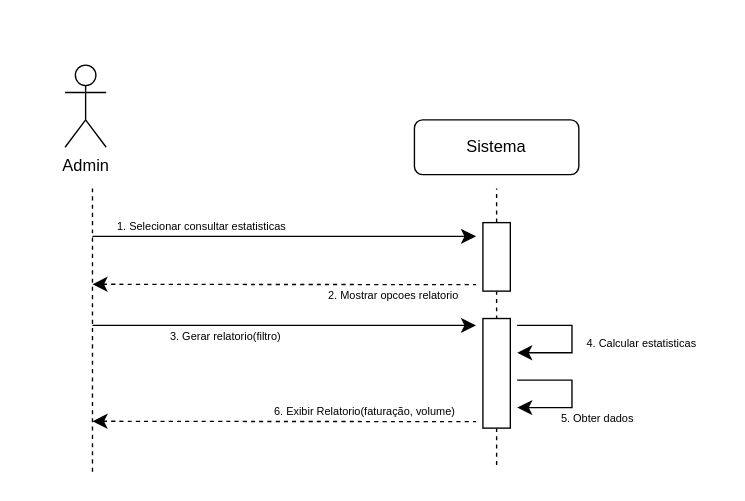
Before: Documentation/Iteration01/diagramas/uc02.drawio in compaqle/fsoft2026_1DB_3, a draw.io diagram. Source tidied: cells renumbered, new cells numbered last; positions are measured from the earlier drawing's top-left corner, leaving out a move shared by most shapes. Both pictures are drawn from the tidied source at 137%, with x=0, y=0 at pixel (64, 64).
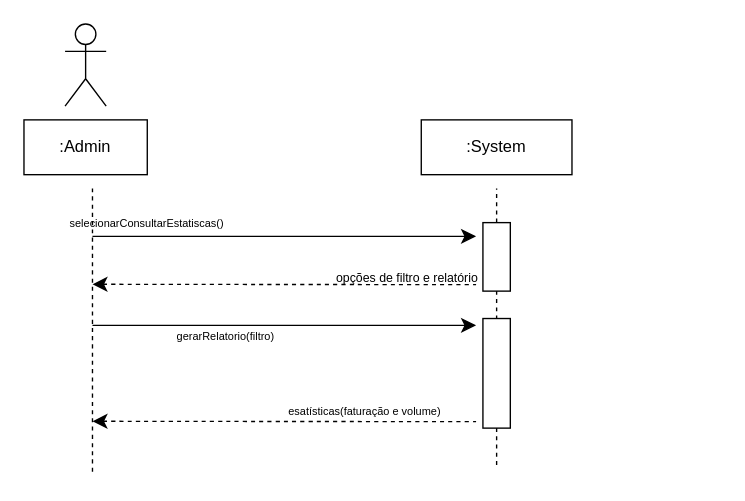
After the change.

Diff of the diagram source:
```diff
@@
-    <mxCell id="3" value="&lt;font style=&quot;font-size: 8px;&quot;&gt;1. Selecionar consultar estatisticas&lt;/font&gt;" style="text;html=1;whiteSpace=wrap;strokeColor=none;fillColor=none;align=center;verticalAlign=middle;rounded=0;fontSize=16;" parent="1" vertex="1">
-      <mxGeometry x="25" y="100" width="150" height="30" as="geometry" />
-    </mxCell>
@@
-    <mxCell id="5" value="&lt;font style=&quot;font-size: 8px;&quot;&gt;2. Mostrar opcoes relatorio&lt;/font&gt;" style="text;html=1;whiteSpace=wrap;strokeColor=none;fillColor=none;align=center;verticalAlign=middle;rounded=0;fontSize=16;" parent="1" vertex="1">
-      <mxGeometry x="190" y="150" width="100" height="30" as="geometry" />
-    </mxCell>
@@
-    <mxCell id="13" value="&lt;span style=&quot;font-size: 8px;&quot;&gt;3. Gerar relatorio(filtro)&lt;/span&gt;" style="text;html=1;whiteSpace=wrap;strokeColor=none;fillColor=none;align=center;verticalAlign=middle;rounded=0;fontSize=16;" parent="1" vertex="1">
+    <mxCell id="13" value="&lt;span style=&quot;font-size: 8px;&quot;&gt;gerarRelatorio(filtro)&lt;/span&gt;" style="text;html=1;whiteSpace=wrap;strokeColor=none;fillColor=none;align=center;verticalAlign=middle;rounded=0;fontSize=16;" parent="1" vertex="1">
       <mxGeometry x="25" y="180" width="185" height="30" as="geometry" />
     </mxCell>
-    <mxCell id="14" style="edgeStyle=segmentEdgeStyle;endArrow=classic;html=1;curved=0;rounded=0;endSize=8;startSize=8;sourcePerimeterSpacing=0;targetPerimeterSpacing=0;fontSize=12;" parent="1" edge="1">
-      <mxGeometry relative="1" as="geometry">
-        <mxPoint x="330" y="190" as="sourcePoint" />
-        <mxPoint x="330" y="210" as="targetPoint" />
-        <Array as="points">
-          <mxPoint x="370" y="190" />
-          <mxPoint x="370" y="210" />
-          <mxPoint x="350" y="210" />
-        </Array>
-      </mxGeometry>
-    </mxCell>
-    <mxCell id="15" value="&lt;font style=&quot;font-size: 8px;&quot;&gt;&amp;nbsp;4. Calcular estatisticas&lt;/font&gt;" style="text;html=1;whiteSpace=wrap;strokeColor=none;fillColor=none;align=center;verticalAlign=middle;rounded=0;fontSize=16;" parent="1" vertex="1">
-      <mxGeometry x="360" y="185" width="120" height="30" as="geometry" />
-    </mxCell>
-    <mxCell id="16" style="edgeStyle=segmentEdgeStyle;endArrow=classic;html=1;curved=0;rounded=0;endSize=8;startSize=8;sourcePerimeterSpacing=0;targetPerimeterSpacing=0;fontSize=12;" parent="1" edge="1">
-      <mxGeometry relative="1" as="geometry">
-        <mxPoint x="330" y="230" as="sourcePoint" />
-        <mxPoint x="330" y="250" as="targetPoint" />
-        <Array as="points">
-          <mxPoint x="370" y="230" />
-          <mxPoint x="370" y="250" />
-          <mxPoint x="350" y="250" />
-        </Array>
-      </mxGeometry>
-    </mxCell>
-    <mxCell id="17" value="&lt;font style=&quot;font-size: 8px;&quot;&gt;5. Obter dados&amp;nbsp;&lt;/font&gt;" style="text;html=1;whiteSpace=wrap;strokeColor=none;fillColor=none;align=center;verticalAlign=middle;rounded=0;fontSize=16;" parent="1" vertex="1">
-      <mxGeometry x="350" y="240" width="80" height="30" as="geometry" />
-    </mxCell>
@@
-    <mxCell id="19" value="&lt;font style=&quot;font-size: 8px;&quot;&gt;6. Exibir Relatorio(faturação, volume)&lt;/font&gt;" style="text;html=1;whiteSpace=wrap;strokeColor=none;fillColor=none;align=center;verticalAlign=middle;rounded=0;fontSize=16;" parent="1" vertex="1">
+    <mxCell id="19" value="&lt;font style=&quot;font-size: 8px;&quot;&gt;esatísticas(faturação e volume)&lt;/font&gt;" style="text;html=1;whiteSpace=wrap;strokeColor=none;fillColor=none;align=center;verticalAlign=middle;rounded=0;fontSize=16;" parent="1" vertex="1">
       <mxGeometry x="150" y="235" width="137.5" height="30" as="geometry" />
     </mxCell>
-    <mxCell id="20" value="Admin" style="shape=umlActor;verticalLabelPosition=bottom;verticalAlign=top;html=1;" parent="1" vertex="1">
-      <mxGeometry width="30" height="60" as="geometry" />
+    <mxCell id="20" style="shape=umlActor;verticalLabelPosition=bottom;verticalAlign=top;html=1;" parent="1" vertex="1">
+      <mxGeometry y="-30" width="30" height="60" as="geometry" />
     </mxCell>
-    <mxCell id="21" value="Sistema" style="rounded=1;whiteSpace=wrap;html=1;" parent="1" vertex="1">
-      <mxGeometry x="255" y="40" width="120" height="40" as="geometry" />
-    </mxCell>
+    <mxCell id="22" value="&lt;font style=&quot;font-size: 8px;&quot;&gt;selecionarConsultarEstatiscas()&lt;/font&gt;" style="text;html=1;whiteSpace=wrap;strokeColor=none;fillColor=none;align=center;verticalAlign=middle;rounded=0;" parent="1" vertex="1">
+      <mxGeometry x="30" y="100" width="60" height="30" as="geometry" />
+    </mxCell>
+    <mxCell id="23" value=":Admin" style="rounded=0;whiteSpace=wrap;html=1;" parent="1" vertex="1">
+      <mxGeometry x="-30" y="40" width="90" height="40" as="geometry" />
+    </mxCell>
+    <mxCell id="24" value=":System" style="rounded=0;whiteSpace=wrap;html=1;" parent="1" vertex="1">
+      <mxGeometry x="260" y="40" width="110" height="40" as="geometry" />
+    </mxCell>
+    <mxCell id="25" value="&lt;font style=&quot;font-size: 9px;&quot;&gt;opções de filtro e relatório&lt;/font&gt;" style="text;html=1;whiteSpace=wrap;strokeColor=none;fillColor=none;align=center;verticalAlign=middle;rounded=0;" parent="1" vertex="1">
+      <mxGeometry x="190" y="140" width="120" height="30" as="geometry" />
+    </mxCell>
```
